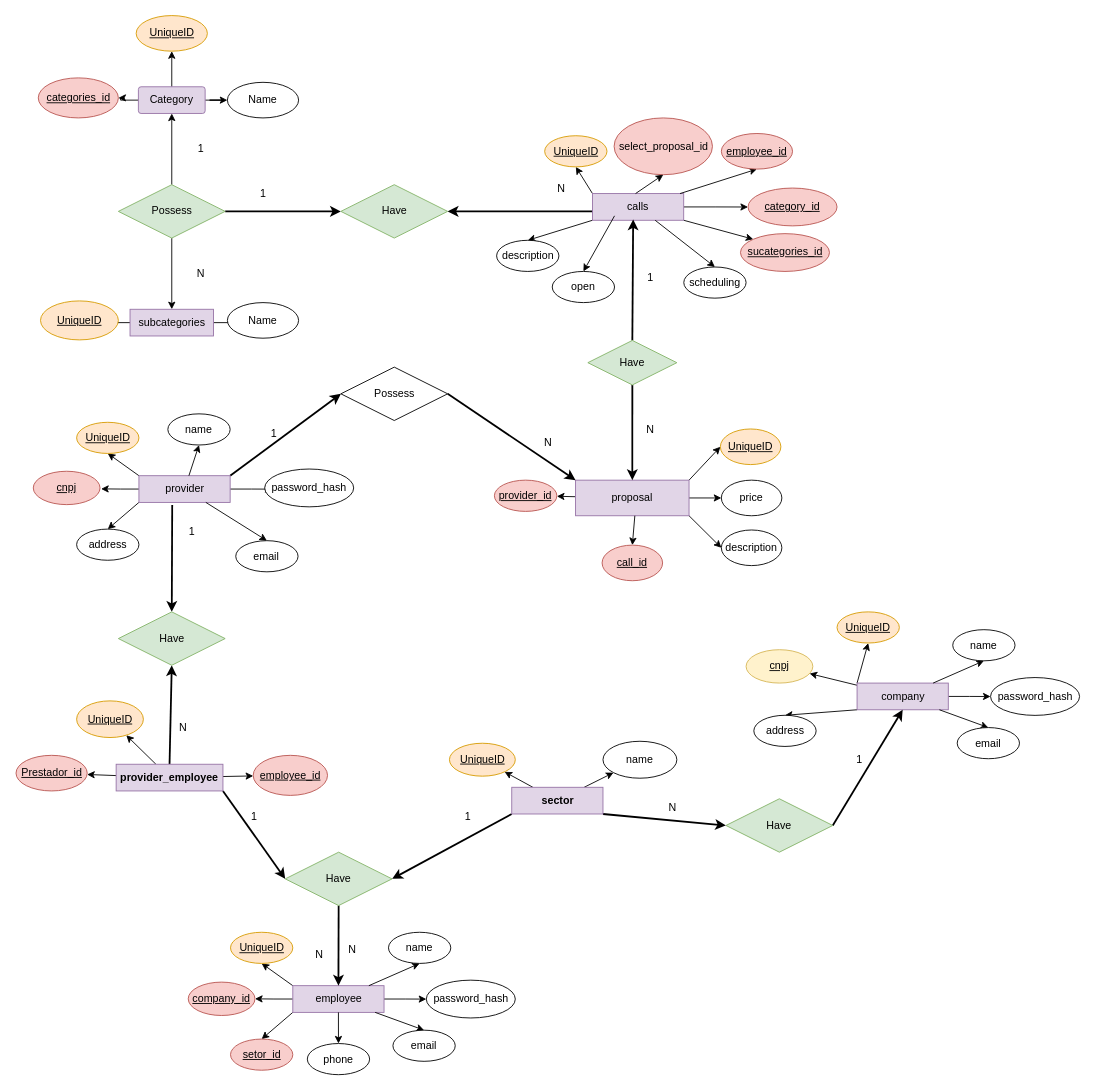
The draw.io diagram page "Entity Relatioship" (2 of 2) of Capstone-Q3.drawio in flaviosantospqri/CallUp_API, before the edit. Source tidied: cells renumbered, new cells numbered last; positions are measured from the earlier drawing's top-left corner, leaving out a move shared by most shapes. Both pictures are drawn from the tidied source at 89%, with x=0, y=0 at pixel (15, 15).
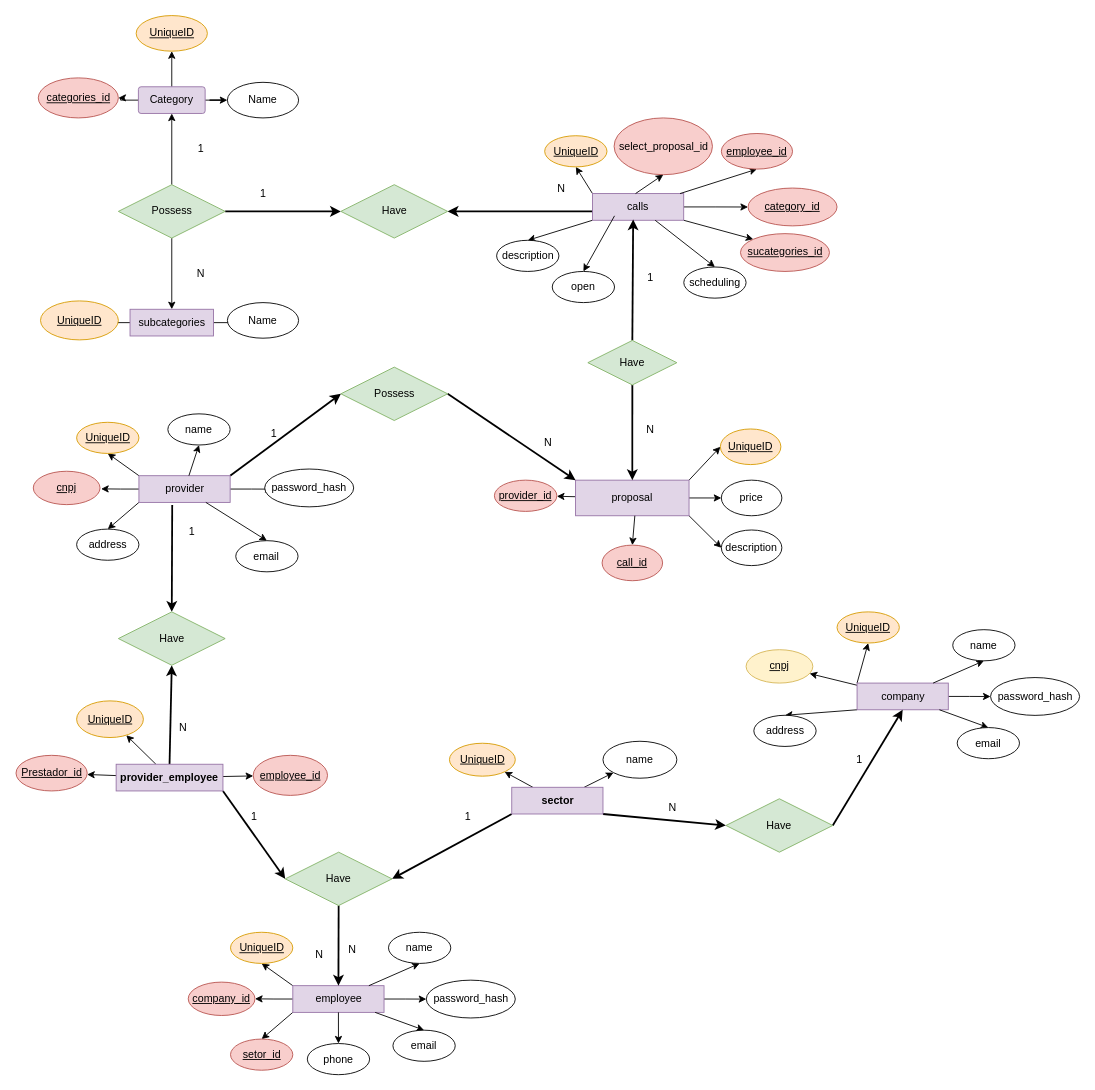
Above is the later version.

Change to the diagram source:
```diff
@@
-    <mxCell id="117" value="Possess" style="shape=rhombus;perimeter=rhombusPerimeter;whiteSpace=wrap;html=1;align=center;" parent="1" vertex="1">
+    <mxCell id="117" value="Possess" style="shape=rhombus;perimeter=rhombusPerimeter;whiteSpace=wrap;html=1;align=center;fillColor=#d5e8d4;strokeColor=#82b366;" parent="1" vertex="1">
       <mxGeometry x="365.5" y="395" width="120" height="60" as="geometry" />
     </mxCell>
```
